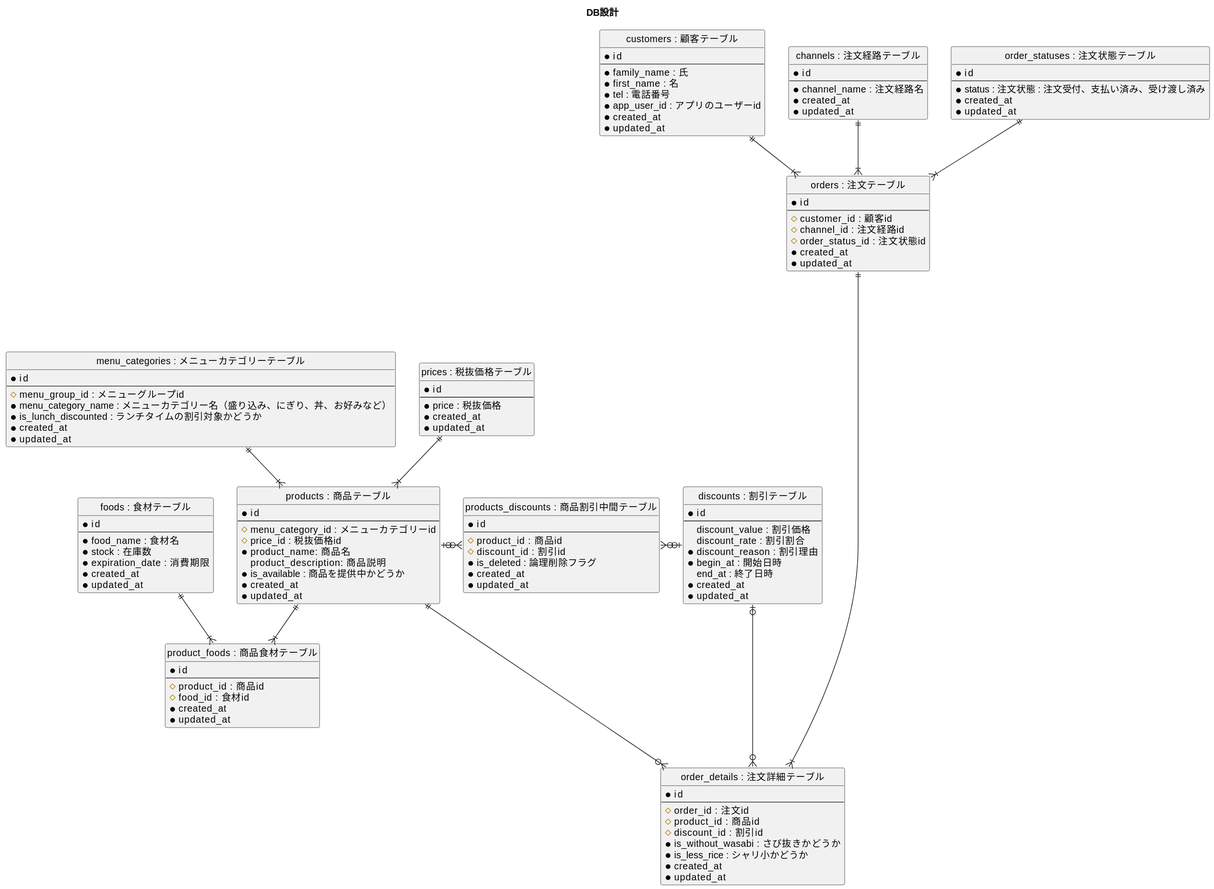
The PlantUML diagram RSnHzWhxTB705z/01_データベース設計/01_DBモデリング1/01_01_03_er_diagram.svg in praha-inc/praha-challenge-7, before a commit.
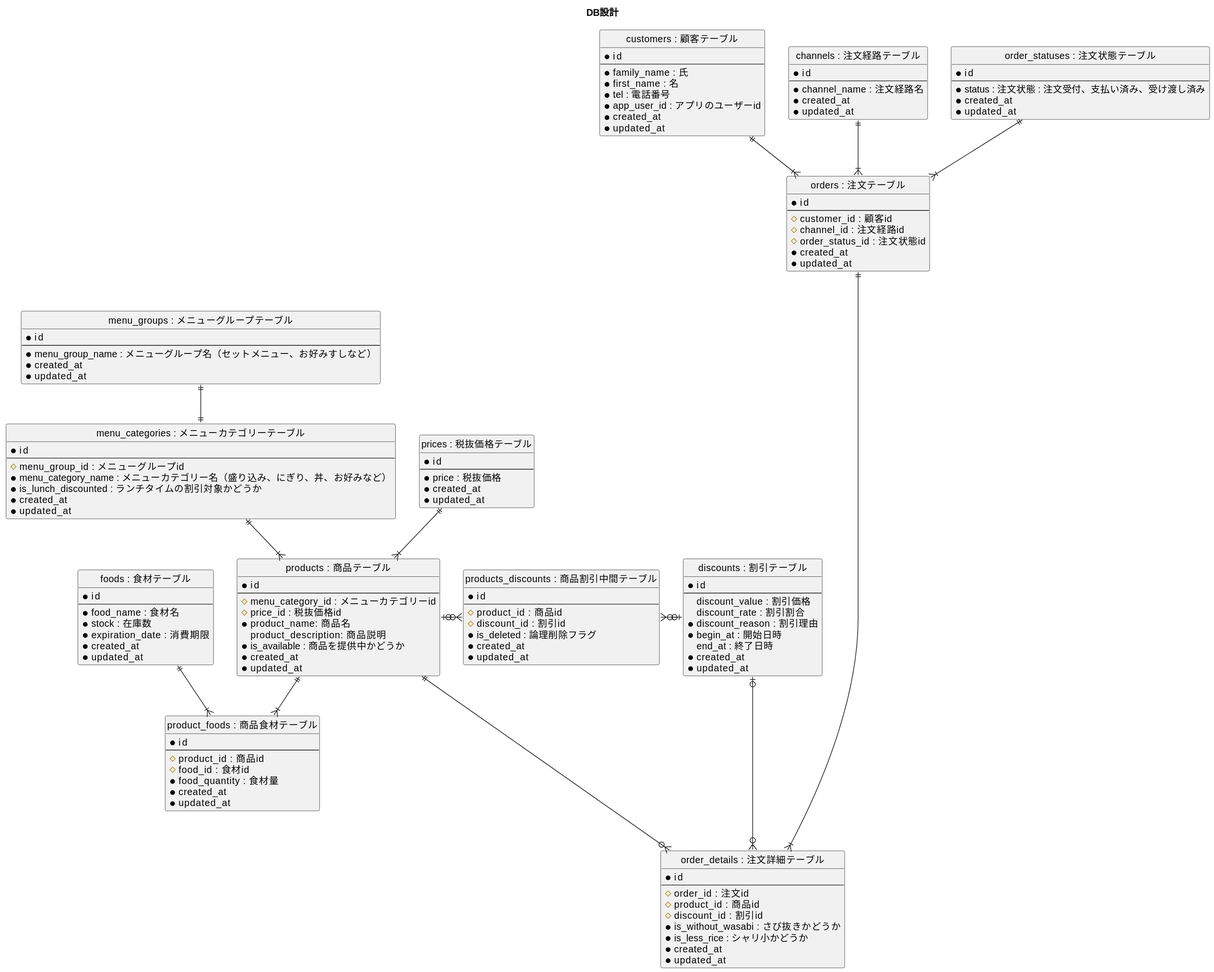
After the change.

Commit message:
[update] 01_DBモデリング1　課題3 レビューいただき、ER図を修正 menu_groupsテーブルを追加 product_foodsテーブルに食材料カラム（food_quantity）を追加

Diff of the diagram source:
```diff
@@ -36,6 +36,14 @@
   #customer_id : 顧客id
   #channel_id : 注文経路id
   #order_status_id : 注文状態id
+  *created_at
+  *updated_at
+}
+
+entity "menu_groups : メニューグループテーブル" as menu_groups {
+  *id
+  --
+  *menu_group_name : メニューグループ名（セットメニュー、お好みすしなど）
   *created_at
   *updated_at
 }
@@ -107,6 +115,7 @@
   --
   #product_id : 商品id
   #food_id : 食材id
+  *food_quantity : 食材量
   *created_at
   *updated_at
 }
@@ -131,6 +140,7 @@
 products ||---o{ order_details
 discounts |o---o{ order_details
 
+menu_groups ||--|| menu_categories
 menu_categories ||--|{ products
 prices ||--|{ products
 
```
